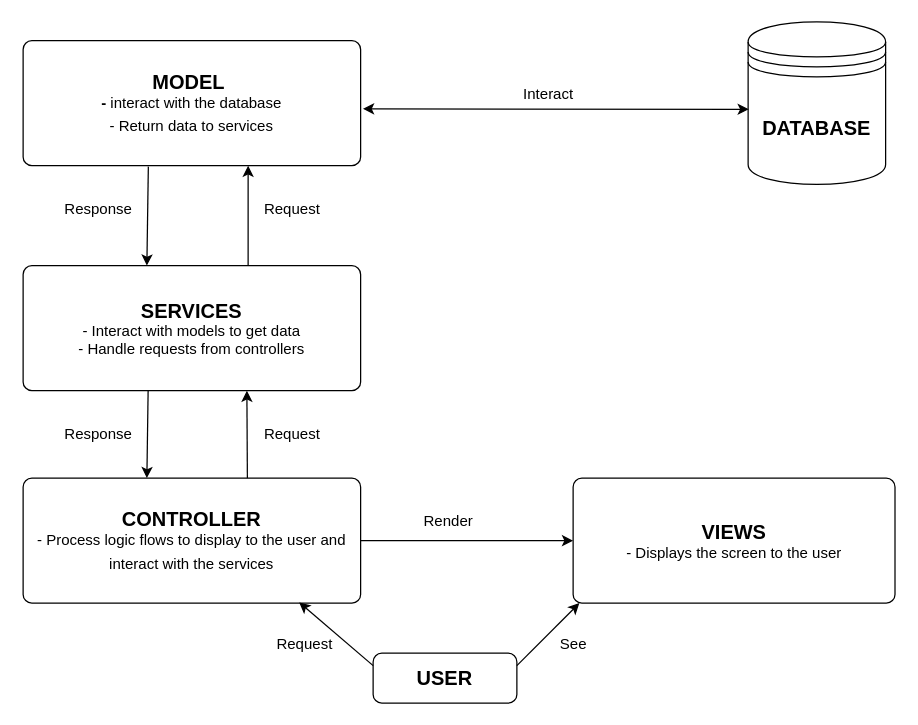
The draw.io diagram page "Page-1" (1 of 4) of doc/SowareArchiture/SA-diagram.drawio in DN2803/Intro2SE_21_3_lab, before the edit. Source tidied: cells renumbered, new cells numbered last; positions are measured from the earlier drawing's top-left corner, leaving out a move shared by most shapes. Both pictures are drawn from the tidied source at 125%, with x=0, y=0 at pixel (22, 21).
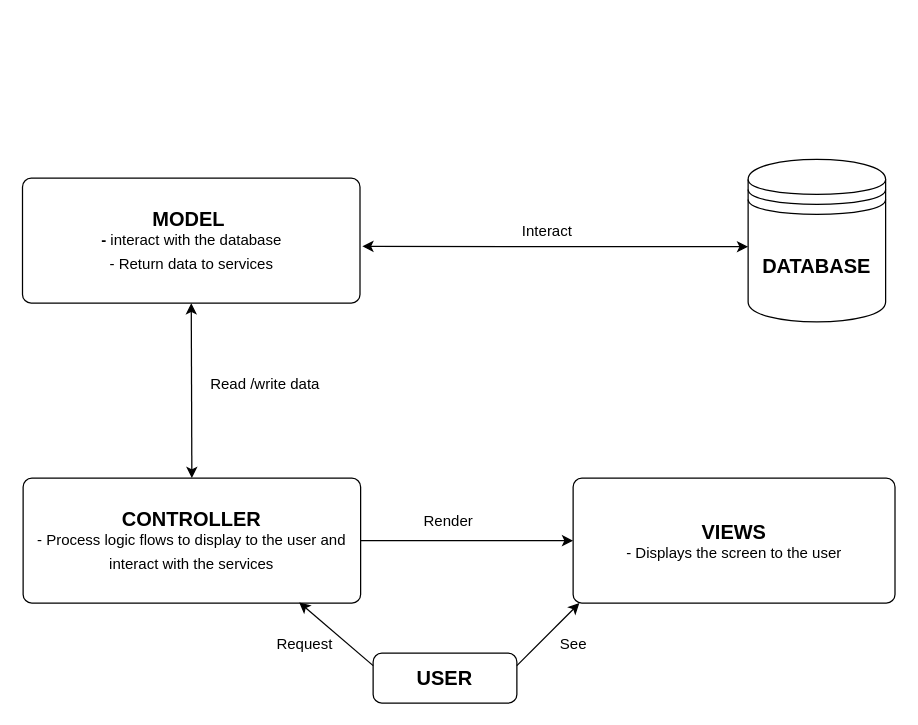
Above is the later version.

Unchanged cells that the change refers to:
```xml
<mxCell id="3" value="&lt;b&gt;&lt;font style=&quot;font-size: 16px;&quot;&gt;CONTROLLER&lt;br&gt;&lt;/font&gt;&lt;/b&gt;- Process logic flows to display to the user and interact with the services&lt;b&gt;&lt;font style=&quot;font-size: 16px;&quot;&gt;&lt;br&gt;&lt;/font&gt;&lt;/b&gt;" style="rounded=1;whiteSpace=wrap;html=1;absoluteArcSize=1;arcSize=14;strokeWidth=1;" parent="1" vertex="1">
  <mxGeometry y="365" width="270" height="100" as="geometry" />
</mxCell>
```

Diff of the diagram source:
```diff
@@
-    <mxCell id="4" value="&lt;b&gt;&lt;font style=&quot;&quot;&gt;&lt;font style=&quot;font-size: 16px;&quot;&gt;SERVICES&lt;/font&gt;&lt;br&gt;&lt;/font&gt;&lt;/b&gt;- Interact with models to get data&lt;br&gt;- Handle requests from controllers&lt;b&gt;&lt;font style=&quot;font-size: 12px;&quot;&gt;&lt;br&gt;&lt;/font&gt;&lt;/b&gt;" style="rounded=1;whiteSpace=wrap;html=1;absoluteArcSize=1;arcSize=14;strokeWidth=1;" parent="1" vertex="1">
-      <mxGeometry y="195" width="270" height="100" as="geometry" />
-    </mxCell>
@@
     <mxCell id="6" value="&lt;b&gt;&lt;font style=&quot;font-size: 16px;&quot;&gt;MODEL&amp;nbsp;&lt;br&gt;&lt;/font&gt;&lt;/b&gt;&lt;font style=&quot;font-size: 12px;&quot;&gt;&lt;b style=&quot;&quot;&gt;-&amp;nbsp;&lt;/b&gt;interact with the database&lt;br&gt;&lt;/font&gt;&lt;font style=&quot;font-size: 12px;&quot;&gt;&lt;font style=&quot;font-size: 12px;&quot;&gt;-&amp;nbsp;&lt;/font&gt;Return data to services&lt;/font&gt;&lt;font style=&quot;font-weight: bold; font-size: 16px;&quot;&gt;&lt;br&gt;&lt;/font&gt;" style="rounded=1;whiteSpace=wrap;html=1;absoluteArcSize=1;arcSize=14;strokeWidth=1;" parent="1" vertex="1">
-      <mxGeometry y="15" width="270" height="100" as="geometry" />
+      <mxGeometry x="-0.5" y="125" width="270" height="100" as="geometry" />
     </mxCell>
     <mxCell id="7" value="&lt;b&gt;&lt;font style=&quot;font-size: 16px;&quot;&gt;DATABASE&lt;/font&gt;&lt;/b&gt;" style="shape=datastore;whiteSpace=wrap;html=1;" parent="1" vertex="1">
-      <mxGeometry x="580" width="110" height="130" as="geometry" />
+      <mxGeometry x="580" y="110" width="110" height="130" as="geometry" />
     </mxCell>
-    <mxCell id="8" style="endArrow=classic;startArrow=classic;html=1;rounded=0;exitX=1.007;exitY=0.546;exitDx=0;exitDy=0;exitPerimeter=0;entryX=0.005;entryY=0.538;entryDx=0;entryDy=0;entryPerimeter=0;" parent="1" edge="1" source="6" target="7">
-      <mxGeometry relative="1" as="geometry" />
+    <mxCell id="8" style="endArrow=classic;startArrow=classic;html=1;rounded=0;exitX=1.007;exitY=0.546;exitDx=0;exitDy=0;exitPerimeter=0;entryX=0.005;entryY=0.538;entryDx=0;entryDy=0;entryPerimeter=0;" parent="1" edge="1" source="6">
+      <mxGeometry relative="1" as="geometry">
+        <mxPoint x="580" y="179.9" as="targetPoint" />
+      </mxGeometry>
     </mxCell>
     <mxCell id="9" value="Interact" style="text;html=1;align=center;verticalAlign=middle;strokeColor=none;fillColor=none;" parent="1" vertex="1">
-      <mxGeometry x="390" y="43" width="60" height="30" as="geometry" />
+      <mxGeometry x="389.4" y="153" width="60" height="30" as="geometry" />
     </mxCell>
-    <mxCell id="10" style="endArrow=classic;html=1;rounded=0;" parent="1" edge="1">
-      <mxGeometry relative="1" as="geometry">
-        <mxPoint x="180" y="195" as="sourcePoint" />
-        <mxPoint x="180" y="115" as="targetPoint" />
-      </mxGeometry>
-    </mxCell>
-    <mxCell id="11" style="endArrow=classic;html=1;rounded=0;exitX=0.371;exitY=1.008;exitDx=0;exitDy=0;exitPerimeter=0;" parent="1" edge="1" source="6">
-      <mxGeometry relative="1" as="geometry">
-        <mxPoint x="99" y="195" as="targetPoint" />
-      </mxGeometry>
-    </mxCell>
-    <mxCell id="12" value="Response" style="text;html=1;align=center;verticalAlign=middle;strokeColor=none;fillColor=none;" parent="1" vertex="1">
-      <mxGeometry x="20" y="135" width="80" height="30" as="geometry" />
-    </mxCell>
-    <mxCell id="13" value="Request" style="text;html=1;align=center;verticalAlign=middle;strokeColor=none;fillColor=none;" parent="1" vertex="1">
-      <mxGeometry x="180" y="135" width="70" height="30" as="geometry" />
-    </mxCell>
-    <mxCell id="14" value="Response" style="text;html=1;align=center;verticalAlign=middle;strokeColor=none;fillColor=none;" parent="1" vertex="1">
-      <mxGeometry x="20" y="315" width="80" height="30" as="geometry" />
-    </mxCell>
-    <mxCell id="15" value="Request" style="text;html=1;align=center;verticalAlign=middle;strokeColor=none;fillColor=none;" parent="1" vertex="1">
-      <mxGeometry x="180" y="315" width="70" height="30" as="geometry" />
-    </mxCell>
-    <mxCell id="16" style="endArrow=classic;html=1;rounded=0;exitX=0.371;exitY=1.008;exitDx=0;exitDy=0;exitPerimeter=0;" parent="1" edge="1">
-      <mxGeometry relative="1" as="geometry">
-        <mxPoint x="100" y="295" as="sourcePoint" />
-        <mxPoint x="99" y="365" as="targetPoint" />
-      </mxGeometry>
-    </mxCell>
-    <mxCell id="17" style="endArrow=classic;html=1;rounded=0;" parent="1" edge="1">
-      <mxGeometry relative="1" as="geometry">
-        <mxPoint x="179.4" y="365" as="sourcePoint" />
-        <mxPoint x="179" y="295" as="targetPoint" />
-      </mxGeometry>
-    </mxCell>
@@
+    <mxCell id="24" style="endArrow=classic;startArrow=classic;html=1;rounded=0;exitX=0.5;exitY=0;exitDx=0;exitDy=0;entryX=0.5;entryY=1;entryDx=0;entryDy=0;" parent="1" edge="1" source="3" target="6">
+      <mxGeometry relative="1" as="geometry" />
+    </mxCell>
+    <mxCell id="25" value="Read /write data&amp;nbsp;" style="text;html=1;align=center;verticalAlign=middle;strokeColor=none;fillColor=none;" parent="1" vertex="1">
+      <mxGeometry x="140" y="275" width="110" height="30" as="geometry" />
+    </mxCell>
```
